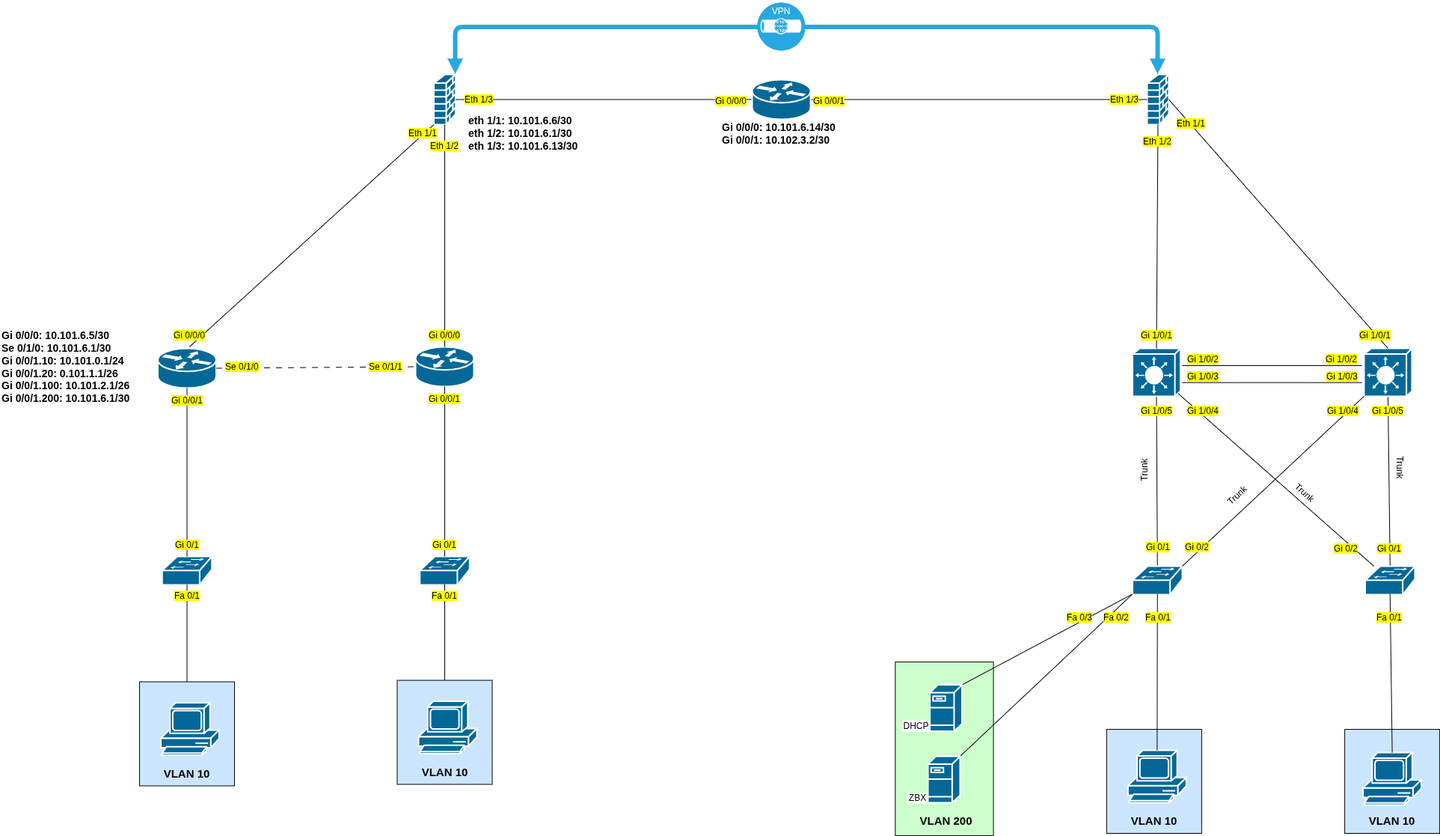
redactes/csn-project-2026 keeps this draw.io diagram as logical_topology.png. Above is the earlier version. Source tidied: cells renumbered, new cells last; positions are measured from the earlier drawing's top-left corner, leaving out a move shared by most shapes.
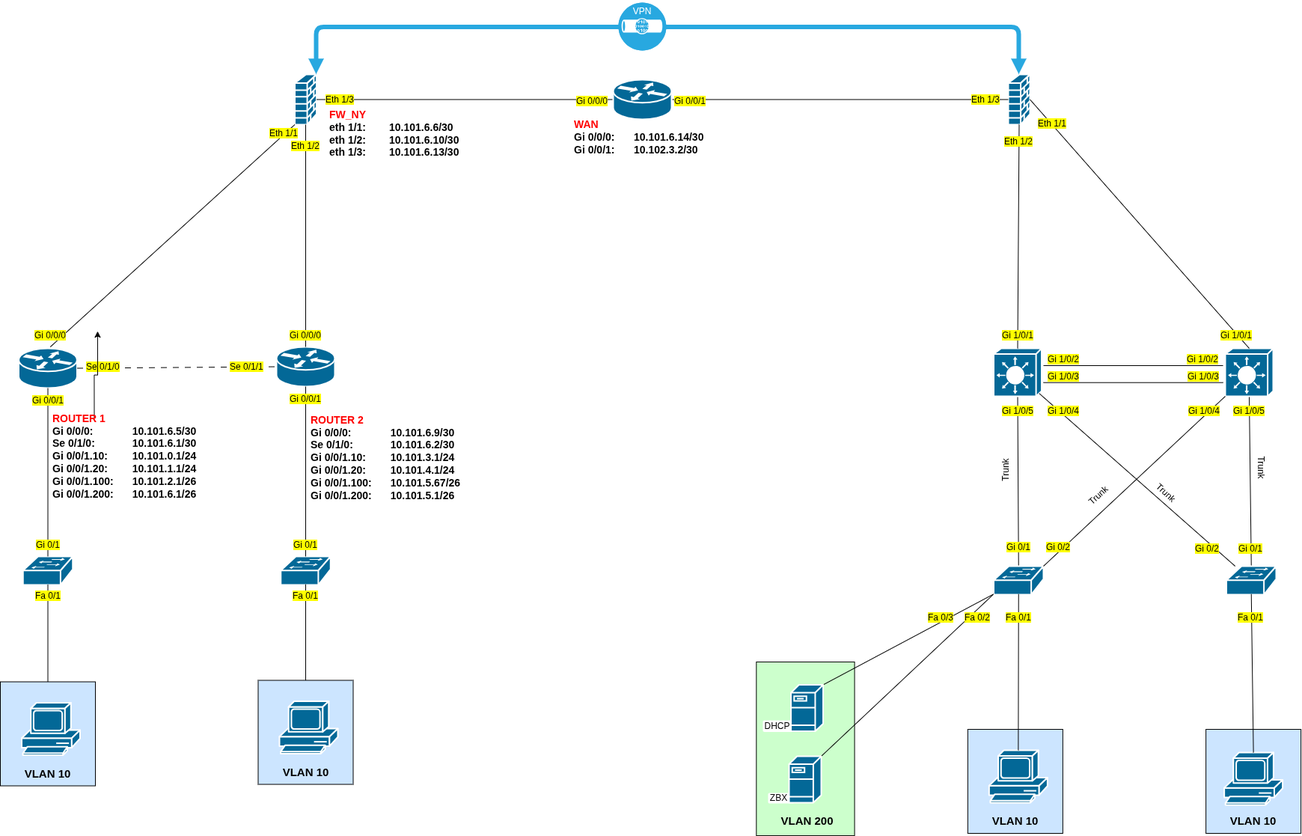
The same file after the commit.

Diff of the diagram source:
```diff
@@ -289,7 +289,7 @@
     <mxCell id="93" value="&lt;span style=&quot;background-color: rgb(255, 255, 0);&quot;&gt;&lt;font style=&quot;color: rgb(0, 0, 0);&quot;&gt;Gi 1/0/3&lt;/font&gt;&lt;/span&gt;" style="text;html=1;whiteSpace=wrap;strokeColor=none;fillColor=none;align=center;verticalAlign=middle;rounded=0;" parent="1" vertex="1">
       <mxGeometry x="1763.5" y="488" width="60" height="30" as="geometry" />
     </mxCell>
-    <mxCell id="94" value="&lt;font style=&quot;color: rgb(0, 0, 0); font-size: 14px;&quot;&gt;&lt;b&gt;eth 1/1: 10.101.6.6/30&lt;/b&gt;&lt;/font&gt;&lt;div&gt;&lt;font style=&quot;color: rgb(0, 0, 0); font-size: 14px;&quot;&gt;&lt;b&gt;eth 1/2: 10.101.6.1/30&lt;/b&gt;&lt;/font&gt;&lt;/div&gt;&lt;div&gt;&lt;font style=&quot;color: rgb(0, 0, 0); font-size: 14px;&quot;&gt;&lt;b&gt;eth 1/3: 10.101.6.13/30&lt;/b&gt;&lt;/font&gt;&lt;/div&gt;" style="text;html=1;whiteSpace=wrap;strokeColor=none;fillColor=none;align=left;verticalAlign=middle;rounded=0;" parent="1" vertex="1">
+    <mxCell id="94" value="&lt;div&gt;&lt;font style=&quot;font-size: 14px; color: rgb(255, 0, 0);&quot;&gt;&lt;b style=&quot;&quot;&gt;FW_NY&lt;/b&gt;&lt;/font&gt;&lt;/div&gt;&lt;font style=&quot;color: rgb(0, 0, 0); font-size: 14px;&quot;&gt;&lt;b&gt;eth 1/1: &lt;span style=&quot;white-space: pre;&quot;&gt;&#9;&lt;/span&gt;10.101.6.6/30&lt;/b&gt;&lt;/font&gt;&lt;div&gt;&lt;font style=&quot;color: rgb(0, 0, 0); font-size: 14px;&quot;&gt;&lt;b&gt;eth 1/2: &lt;span style=&quot;white-space: pre;&quot;&gt;&#9;&lt;/span&gt;10.101.6.10/30&lt;/b&gt;&lt;/font&gt;&lt;/div&gt;&lt;div&gt;&lt;font style=&quot;color: rgb(0, 0, 0); font-size: 14px;&quot;&gt;&lt;b&gt;eth 1/3: &lt;span style=&quot;white-space: pre;&quot;&gt;&#9;&lt;/span&gt;10.101.6.13/30&lt;/b&gt;&lt;/font&gt;&lt;/div&gt;" style="text;html=1;whiteSpace=wrap;strokeColor=none;fillColor=none;align=left;verticalAlign=middle;rounded=0;" parent="1" vertex="1">
       <mxGeometry x="624" y="127" width="230" height="102" as="geometry" />
     </mxCell>
     <mxCell id="95" value="&lt;span style=&quot;background-color: rgb(255, 255, 0);&quot;&gt;&lt;font style=&quot;color: rgb(0, 0, 0);&quot;&gt;Gi 0/0/0&lt;/font&gt;&lt;/span&gt;" style="text;html=1;whiteSpace=wrap;strokeColor=none;fillColor=none;align=center;verticalAlign=middle;rounded=0;" parent="1" vertex="1">
@@ -298,11 +298,19 @@
     <mxCell id="96" value="&lt;span style=&quot;background-color: rgb(255, 255, 0);&quot;&gt;&lt;font style=&quot;color: rgb(0, 0, 0);&quot;&gt;Gi 0/0/1&lt;/font&gt;&lt;/span&gt;" style="text;html=1;whiteSpace=wrap;strokeColor=none;fillColor=none;align=center;verticalAlign=middle;rounded=0;" parent="1" vertex="1">
       <mxGeometry x="1078" y="120" width="60" height="30" as="geometry" />
     </mxCell>
-    <mxCell id="97" value="&lt;font color=&quot;#000000&quot;&gt;&lt;span style=&quot;font-size: 14px;&quot;&gt;&lt;b&gt;Gi 0/0/0:&amp;nbsp;&lt;/b&gt;&lt;/span&gt;&lt;/font&gt;&lt;font color=&quot;#000000&quot;&gt;&lt;span style=&quot;font-size: 14px;&quot;&gt;&lt;b&gt;10.101.6.14/30&lt;/b&gt;&lt;/span&gt;&lt;/font&gt;&lt;div&gt;&lt;font color=&quot;#000000&quot;&gt;&lt;span style=&quot;font-size: 14px;&quot;&gt;&lt;b&gt;Gi 0/0/1:&amp;nbsp;&lt;/b&gt;&lt;/span&gt;&lt;/font&gt;&lt;span style=&quot;background-color: transparent; font-size: 14px;&quot;&gt;&lt;font color=&quot;#000000&quot;&gt;&lt;b&gt;10.102.3.2/30&lt;/b&gt;&lt;/font&gt;&lt;/span&gt;&lt;/div&gt;" style="text;html=1;whiteSpace=wrap;strokeColor=none;fillColor=none;align=left;verticalAlign=middle;rounded=0;" parent="1" vertex="1">
-      <mxGeometry x="963" y="127" width="230" height="102" as="geometry" />
+    <mxCell id="97" value="&lt;div&gt;&lt;span style=&quot;font-size: 14px;&quot;&gt;&lt;b style=&quot;&quot;&gt;&lt;font style=&quot;color: rgb(255, 0, 0);&quot;&gt;WAN&lt;/font&gt;&lt;/b&gt;&lt;/span&gt;&lt;/div&gt;&lt;font color=&quot;#000000&quot;&gt;&lt;span style=&quot;font-size: 14px;&quot;&gt;&lt;b&gt;Gi 0/0/0:&amp;nbsp;&lt;span style=&quot;white-space: pre;&quot;&gt;&#9;&lt;/span&gt;&lt;/b&gt;&lt;/span&gt;&lt;/font&gt;&lt;font color=&quot;#000000&quot;&gt;&lt;span style=&quot;font-size: 14px;&quot;&gt;&lt;b&gt;10.101.6.14/30&lt;/b&gt;&lt;/span&gt;&lt;/font&gt;&lt;div&gt;&lt;font color=&quot;#000000&quot;&gt;&lt;span style=&quot;font-size: 14px;&quot;&gt;&lt;b&gt;Gi 0/0/1:&amp;nbsp;&lt;span style=&quot;white-space: pre;&quot;&gt;&#9;&lt;/span&gt;&lt;/b&gt;&lt;/span&gt;&lt;/font&gt;&lt;span style=&quot;background-color: transparent; font-size: 14px;&quot;&gt;&lt;font color=&quot;#000000&quot;&gt;&lt;b&gt;10.102.3.2/30&lt;/b&gt;&lt;/font&gt;&lt;/span&gt;&lt;/div&gt;" style="text;html=1;whiteSpace=wrap;strokeColor=none;fillColor=none;align=left;verticalAlign=middle;rounded=0;" parent="1" vertex="1">
+      <mxGeometry x="951" y="132" width="230" height="102" as="geometry" />
     </mxCell>
+    <mxCell id="99" style="edgeStyle=orthogonalEdgeStyle;rounded=0;jettySize=auto;html=1;exitX=0.25;exitY=0;exitDx=0;exitDy=0;" parent="1" edge="1" source="98">
+      <mxGeometry relative="1" as="geometry">
+        <mxPoint x="316" y="442.1" as="targetPoint" />
+      </mxGeometry>
+    </mxCell>
-    <mxCell id="98" value="&lt;font color=&quot;#000000&quot;&gt;&lt;span style=&quot;font-size: 14px;&quot;&gt;&lt;b&gt;Gi 0/0/0:&amp;nbsp;&lt;/b&gt;&lt;/span&gt;&lt;/font&gt;&lt;font color=&quot;#000000&quot;&gt;&lt;span style=&quot;font-size: 14px;&quot;&gt;&lt;b&gt;10.101.6.5/30&lt;/b&gt;&lt;/span&gt;&lt;/font&gt;&lt;div&gt;&lt;font color=&quot;#000000&quot;&gt;&lt;span style=&quot;font-size: 14px;&quot;&gt;&lt;b&gt;Se 0/1/0:&amp;nbsp;&lt;/b&gt;&lt;/span&gt;&lt;/font&gt;&lt;span style=&quot;background-color: transparent; font-size: 14px;&quot;&gt;&lt;font color=&quot;#000000&quot;&gt;&lt;b&gt;10.101.6.1/30&lt;/b&gt;&lt;/font&gt;&lt;/span&gt;&lt;/div&gt;&lt;div&gt;&lt;font color=&quot;#000000&quot;&gt;&lt;span style=&quot;font-size: 14px;&quot;&gt;&lt;b&gt;Gi 0/0/1.10:&amp;nbsp;&lt;/b&gt;&lt;/span&gt;&lt;/font&gt;&lt;span style=&quot;background-color: transparent; font-size: 14px;&quot;&gt;&lt;font color=&quot;#000000&quot;&gt;&lt;b&gt;10.101.0.1/24&lt;/b&gt;&lt;/font&gt;&lt;/span&gt;&lt;/div&gt;&lt;div&gt;&lt;font color=&quot;#000000&quot;&gt;&lt;b style=&quot;font-size: 14px;&quot;&gt;Gi 0/0/1.20:&amp;nbsp;&lt;/b&gt;&lt;/font&gt;&lt;span style=&quot;background-color: transparent; font-size: 14px;&quot;&gt;&lt;font color=&quot;#000000&quot;&gt;&lt;b&gt;0.101.1.1/26&lt;/b&gt;&lt;/font&gt;&lt;/span&gt;&lt;/div&gt;&lt;div&gt;&lt;font color=&quot;#000000&quot;&gt;&lt;b style=&quot;font-size: 14px;&quot;&gt;Gi 0/0/1.100:&amp;nbsp;&lt;/b&gt;&lt;/font&gt;&lt;span style=&quot;background-color: transparent; font-size: 14px;&quot;&gt;&lt;font color=&quot;#000000&quot;&gt;&lt;b&gt;10.101.2.1/26&lt;/b&gt;&lt;/font&gt;&lt;/span&gt;&lt;/div&gt;&lt;div&gt;&lt;font color=&quot;#000000&quot;&gt;&lt;b style=&quot;font-size: 14px;&quot;&gt;Gi 0/0/1.200:&amp;nbsp;&lt;/b&gt;&lt;/font&gt;&lt;span style=&quot;background-color: transparent; font-size: 14px;&quot;&gt;&lt;font color=&quot;#000000&quot;&gt;&lt;b&gt;10.101.6.1/30&lt;/b&gt;&lt;/font&gt;&lt;/span&gt;&lt;/div&gt;" style="text;html=1;whiteSpace=wrap;strokeColor=none;fillColor=none;align=left;verticalAlign=middle;rounded=0;" parent="1" vertex="1">
-      <mxGeometry y="438.5" width="230" height="102" as="geometry" />
+    <mxCell id="98" value="&lt;div&gt;&lt;font style=&quot;color: rgb(255, 0, 0);&quot;&gt;&lt;span style=&quot;font-size: 14px;&quot;&gt;&lt;b style=&quot;&quot;&gt;ROUTER 1&lt;/b&gt;&lt;/span&gt;&lt;/font&gt;&lt;/div&gt;&lt;font color=&quot;#000000&quot;&gt;&lt;span style=&quot;font-size: 14px;&quot;&gt;&lt;b&gt;Gi 0/0/0:&amp;nbsp;&lt;span style=&quot;white-space: pre;&quot;&gt;&#9;&lt;/span&gt;&lt;span style=&quot;white-space: pre;&quot;&gt;&#9;&lt;/span&gt;&lt;/b&gt;&lt;/span&gt;&lt;/font&gt;&lt;font color=&quot;#000000&quot;&gt;&lt;span style=&quot;font-size: 14px;&quot;&gt;&lt;b&gt;10.101.6.5/30&lt;/b&gt;&lt;/span&gt;&lt;/font&gt;&lt;div&gt;&lt;font color=&quot;#000000&quot;&gt;&lt;span style=&quot;font-size: 14px;&quot;&gt;&lt;b&gt;Se 0/1/0:&amp;nbsp;&lt;span style=&quot;white-space: pre;&quot;&gt;&#9;&lt;/span&gt;&lt;span style=&quot;white-space: pre;&quot;&gt;&#9;&lt;/span&gt;&lt;/b&gt;&lt;/span&gt;&lt;/font&gt;&lt;span style=&quot;background-color: transparent; font-size: 14px;&quot;&gt;&lt;font color=&quot;#000000&quot;&gt;&lt;b&gt;10.101.6.1/30&lt;/b&gt;&lt;/font&gt;&lt;/span&gt;&lt;/div&gt;&lt;div&gt;&lt;font color=&quot;#000000&quot;&gt;&lt;span style=&quot;font-size: 14px;&quot;&gt;&lt;b&gt;Gi 0/0/1.10:&amp;nbsp;&lt;span style=&quot;white-space: pre;&quot;&gt;&#9;&lt;/span&gt;&lt;span style=&quot;white-space: pre;&quot;&gt;&#9;&lt;/span&gt;&lt;/b&gt;&lt;/span&gt;&lt;/font&gt;&lt;span style=&quot;background-color: transparent; font-size: 14px;&quot;&gt;&lt;font color=&quot;#000000&quot;&gt;&lt;b&gt;10.101.0.1/24&lt;/b&gt;&lt;/font&gt;&lt;/span&gt;&lt;/div&gt;&lt;div&gt;&lt;font color=&quot;#000000&quot;&gt;&lt;b style=&quot;font-size: 14px;&quot;&gt;Gi 0/0/1.20:&amp;nbsp;&lt;span style=&quot;white-space: pre;&quot;&gt;&#9;&lt;/span&gt;&lt;span style=&quot;white-space: pre;&quot;&gt;&#9;&lt;/span&gt;1&lt;/b&gt;&lt;/font&gt;&lt;span style=&quot;background-color: transparent; font-size: 14px;&quot;&gt;&lt;font color=&quot;#000000&quot;&gt;&lt;b&gt;0.101.1.1/24&lt;/b&gt;&lt;/font&gt;&lt;/span&gt;&lt;/div&gt;&lt;div&gt;&lt;font color=&quot;#000000&quot;&gt;&lt;b style=&quot;font-size: 14px;&quot;&gt;Gi 0/0/1.100:&amp;nbsp;&lt;span style=&quot;white-space: pre;&quot;&gt;&#9;&lt;/span&gt;&lt;/b&gt;&lt;/font&gt;&lt;span style=&quot;background-color: transparent; font-size: 14px;&quot;&gt;&lt;font color=&quot;#000000&quot;&gt;&lt;b&gt;10.101.2.1/26&lt;/b&gt;&lt;/font&gt;&lt;/span&gt;&lt;/div&gt;&lt;div&gt;&lt;font color=&quot;#000000&quot;&gt;&lt;b style=&quot;font-size: 14px;&quot;&gt;Gi 0/0/1.200:&amp;nbsp;&lt;span style=&quot;white-space: pre;&quot;&gt;&#9;&lt;/span&gt;&lt;/b&gt;&lt;/font&gt;&lt;span style=&quot;background-color: transparent; font-size: 14px;&quot;&gt;&lt;font color=&quot;#000000&quot;&gt;&lt;b&gt;10.101.6.1/26&lt;/b&gt;&lt;/font&gt;&lt;/span&gt;&lt;/div&gt;" style="text;html=1;whiteSpace=wrap;strokeColor=none;fillColor=none;align=left;verticalAlign=middle;rounded=0;" parent="1" vertex="1">
+      <mxGeometry x="254" y="558" width="230" height="102" as="geometry" />
     </mxCell>
+    <mxCell id="100" value="&lt;div&gt;&lt;font style=&quot;color: rgb(255, 0, 0);&quot;&gt;&lt;span style=&quot;font-size: 14px;&quot;&gt;&lt;b style=&quot;&quot;&gt;ROUTER 2&lt;/b&gt;&lt;/span&gt;&lt;/font&gt;&lt;/div&gt;&lt;font color=&quot;#000000&quot;&gt;&lt;span style=&quot;font-size: 14px;&quot;&gt;&lt;b&gt;Gi 0/0/0:&amp;nbsp;&lt;span style=&quot;white-space: pre;&quot;&gt;&#9;&lt;span style=&quot;white-space: pre;&quot;&gt;&#9;&lt;/span&gt;&lt;/span&gt;&lt;/b&gt;&lt;/span&gt;&lt;/font&gt;&lt;font color=&quot;#000000&quot;&gt;&lt;span style=&quot;font-size: 14px;&quot;&gt;&lt;b&gt;10.101.6.9&lt;/b&gt;&lt;/span&gt;&lt;b style=&quot;color: rgb(0, 0, 0); font-size: 14px;&quot;&gt;/30&lt;/b&gt;&lt;/font&gt;&lt;div&gt;&lt;font color=&quot;#000000&quot;&gt;&lt;span style=&quot;font-size: 14px;&quot;&gt;&lt;b&gt;Se 0/1/0:&amp;nbsp;&lt;span style=&quot;white-space: pre;&quot;&gt;&#9;&lt;span style=&quot;white-space: pre;&quot;&gt;&#9;&lt;/span&gt;&lt;/span&gt;&lt;/b&gt;&lt;/span&gt;&lt;/font&gt;&lt;span style=&quot;background-color: transparent; font-size: 14px;&quot;&gt;&lt;font color=&quot;#000000&quot;&gt;&lt;b&gt;10.101.6.2&lt;/b&gt;&lt;/font&gt;&lt;/span&gt;&lt;b style=&quot;color: rgb(0, 0, 0); background-color: transparent; font-size: 14px;&quot;&gt;/30&lt;/b&gt;&lt;/div&gt;&lt;div&gt;&lt;font color=&quot;#000000&quot;&gt;&lt;span style=&quot;font-size: 14px;&quot;&gt;&lt;b&gt;Gi 0/0/1.10:&amp;nbsp;&lt;/b&gt;&lt;/span&gt;&lt;/font&gt;&lt;font color=&quot;#000000&quot;&gt;&lt;span style=&quot;font-size: 14px;&quot;&gt;&lt;b&gt;&lt;span style=&quot;white-space: pre;&quot;&gt;&#9;&lt;span style=&quot;white-space: pre;&quot;&gt;&#9;&lt;/span&gt;&lt;/span&gt;&lt;/b&gt;&lt;/span&gt;&lt;/font&gt;&lt;span style=&quot;background-color: transparent; font-size: 14px; white-space: pre;&quot;&gt;&lt;font color=&quot;#000000&quot;&gt;&lt;b&gt;10.101.3.1&lt;/b&gt;&lt;/font&gt;&lt;/span&gt;&lt;b style=&quot;color: rgb(0, 0, 0); background-color: transparent; font-size: 14px;&quot;&gt;/24&lt;/b&gt;&lt;/div&gt;&lt;div&gt;&lt;font color=&quot;#000000&quot;&gt;&lt;b style=&quot;font-size: 14px;&quot;&gt;Gi 0/0/1.20:&amp;nbsp;&lt;span style=&quot;white-space: pre;&quot;&gt;&#9;&lt;span style=&quot;white-space: pre;&quot;&gt;&#9;&lt;/span&gt;&lt;/span&gt;&lt;/b&gt;&lt;/font&gt;&lt;span style=&quot;background-color: transparent; font-size: 14px;&quot;&gt;&lt;font color=&quot;#000000&quot;&gt;&lt;b&gt;10.101.4.1&lt;/b&gt;&lt;/font&gt;&lt;/span&gt;&lt;b style=&quot;color: rgb(0, 0, 0); background-color: transparent; font-size: 14px;&quot;&gt;/24&lt;/b&gt;&lt;/div&gt;&lt;div&gt;&lt;font color=&quot;#000000&quot;&gt;&lt;b style=&quot;font-size: 14px;&quot;&gt;Gi 0/0/1.100:&amp;nbsp;&lt;span style=&quot;white-space: pre;&quot;&gt;&#9;&lt;/span&gt;&lt;/b&gt;&lt;/font&gt;&lt;span style=&quot;background-color: transparent; font-size: 14px;&quot;&gt;&lt;font color=&quot;#000000&quot;&gt;&lt;b&gt;10.101.5.67&lt;/b&gt;&lt;/font&gt;&lt;/span&gt;&lt;b style=&quot;color: rgb(0, 0, 0); background-color: transparent; font-size: 14px;&quot;&gt;/26&lt;/b&gt;&lt;/div&gt;&lt;div&gt;&lt;font color=&quot;#000000&quot;&gt;&lt;b style=&quot;font-size: 14px;&quot;&gt;Gi 0/0/1.200:&amp;nbsp;&lt;span style=&quot;white-space: pre;&quot;&gt;&#9;&lt;/span&gt;&lt;/b&gt;&lt;/font&gt;&lt;span style=&quot;background-color: transparent; font-size: 14px;&quot;&gt;&lt;font color=&quot;#000000&quot;&gt;&lt;b&gt;10.101.5.1&lt;/b&gt;&lt;/font&gt;&lt;/span&gt;&lt;b style=&quot;color: rgb(0, 0, 0); background-color: transparent; font-size: 14px;&quot;&gt;/26&lt;/b&gt;&lt;/div&gt;" style="text;html=1;whiteSpace=wrap;strokeColor=none;fillColor=none;align=left;verticalAlign=middle;rounded=0;" parent="1" vertex="1">
+      <mxGeometry x="599" y="560" width="230" height="102" as="geometry" />
+    </mxCell>
   </root>
 </mxGraphModel>
```
